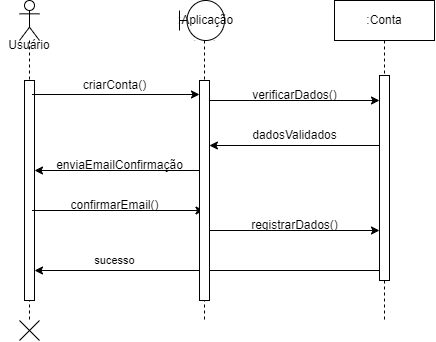
The draw.io diagram Diagrama_sequencia_cadastrar.png in ThePlano/Projeto-CC5511---ENGENHARIA-DE-SOFTWARE, before a commit. Source tidied: cells renumbered, new cells last; positions are measured from the earlier drawing's top-left corner, leaving out a move shared by most shapes.
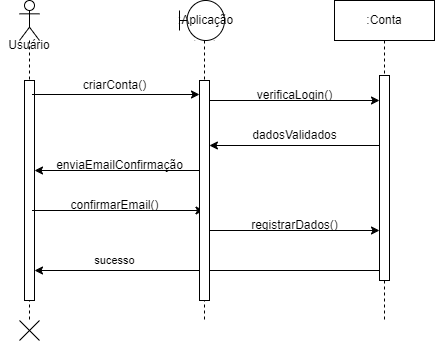
After the change.

Diff of the diagram source:
```diff
@@ -52,8 +52,8 @@
     <mxCell id="14" style="html=1;perimeter=orthogonalPerimeter;targetShapes=umlLifeline;newEdgeStyle={&quot;edgeStyle&quot;:&quot;elbowEdgeStyle&quot;,&quot;elbow&quot;:&quot;vertical&quot;,&quot;curved&quot;:0,&quot;rounded&quot;:0};" parent="13" vertex="1">
       <mxGeometry x="45" y="75" width="10" height="205" as="geometry" />
     </mxCell>
-    <mxCell id="15" value="verificarDados()" style="text;html=1;align=center;verticalAlign=middle;strokeColor=none;fillColor=none;" parent="1" vertex="1">
-      <mxGeometry x="240" y="80" width="110" height="30" as="geometry" />
+    <mxCell id="15" value="verificaLogin()" style="text;html=1;align=center;verticalAlign=middle;strokeColor=none;fillColor=none;" parent="1" vertex="1">
+      <mxGeometry x="245" y="80" width="100" height="30" as="geometry" />
     </mxCell>
     <mxCell id="16" style="endArrow=classic;html=1;rounded=0;" parent="1" edge="1">
       <mxGeometry relative="1" as="geometry">
```
